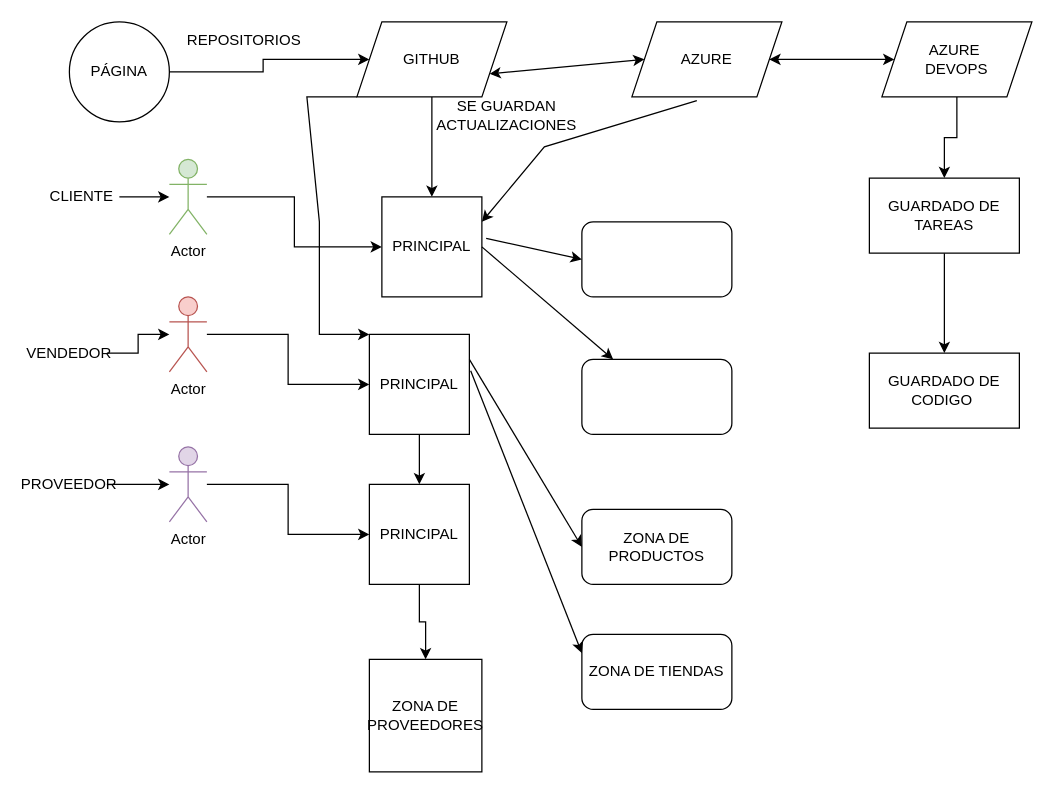
Before: Untitled Diagram.drawio in 62258553/Dise-o-de-Prueba, a draw.io diagram. Source tidied: cells renumbered, new cells numbered last; positions are measured from the earlier drawing's top-left corner, leaving out a move shared by most shapes. Both pictures are drawn from the tidied source at 125%, with x=0, y=0 at pixel (31, 21).
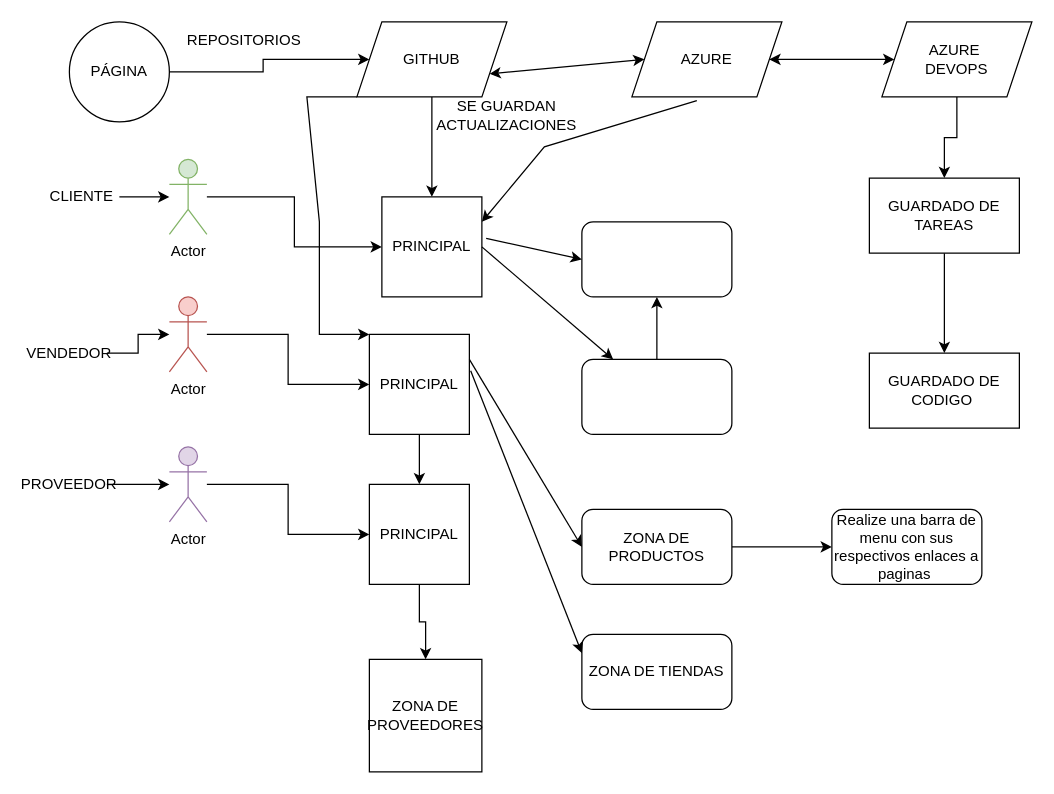
The same diagram, later.

Commit message:
zona de tiendas

Unchanged cells that the change refers to:
```xml
<mxCell id="33" style="rounded=1;whiteSpace=wrap;html=1;" parent="1" vertex="1">
  <mxGeometry x="440" y="160" width="120" height="60" as="geometry" />
</mxCell>
<mxCell id="34" style="rounded=1;whiteSpace=wrap;html=1;" parent="1" vertex="1">
  <mxGeometry x="440" y="270" width="120" height="60" as="geometry" />
</mxCell>
<mxCell id="35" value="ZONA DE PRODUCTOS" style="rounded=1;whiteSpace=wrap;html=1;" parent="1" vertex="1">
  <mxGeometry x="440" y="390" width="120" height="60" as="geometry" />
</mxCell>
```

The edit, as a diff of the source:
```diff
@@
+    <mxCell id="44" style="edgeStyle=orthogonalEdgeStyle;rounded=0;jettySize=auto;html=1;" parent="1" edge="1" source="34" target="33">
+      <mxGeometry relative="1" as="geometry" />
+    </mxCell>
@@
+    <mxCell id="45" style="edgeStyle=orthogonalEdgeStyle;rounded=0;jettySize=auto;html=1;" parent="1" edge="1" source="35" target="46">
+      <mxGeometry relative="1" as="geometry" />
+    </mxCell>
@@
+    <mxCell id="46" value="Realize una barra de menu con sus respectivos enlaces a paginas&amp;nbsp;" style="whiteSpace=wrap;html=1;rounded=1;" parent="1" vertex="1">
+      <mxGeometry x="640" y="390" width="120" height="60" as="geometry" />
+    </mxCell>
```
